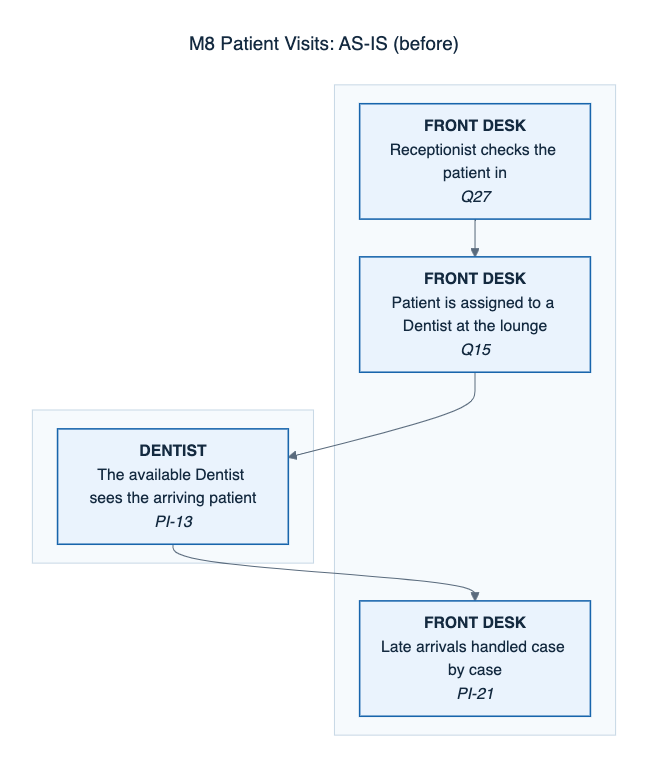
0phem/multibranch-dental-clinic keeps this Mermaid diagram as docs/defense/diagrams/png/M8-patient-visits-as-is.png. Above is the earlier version. Its source is kept beside it as docs/defense/diagrams/M8-patient-visits-as-is.mmd.
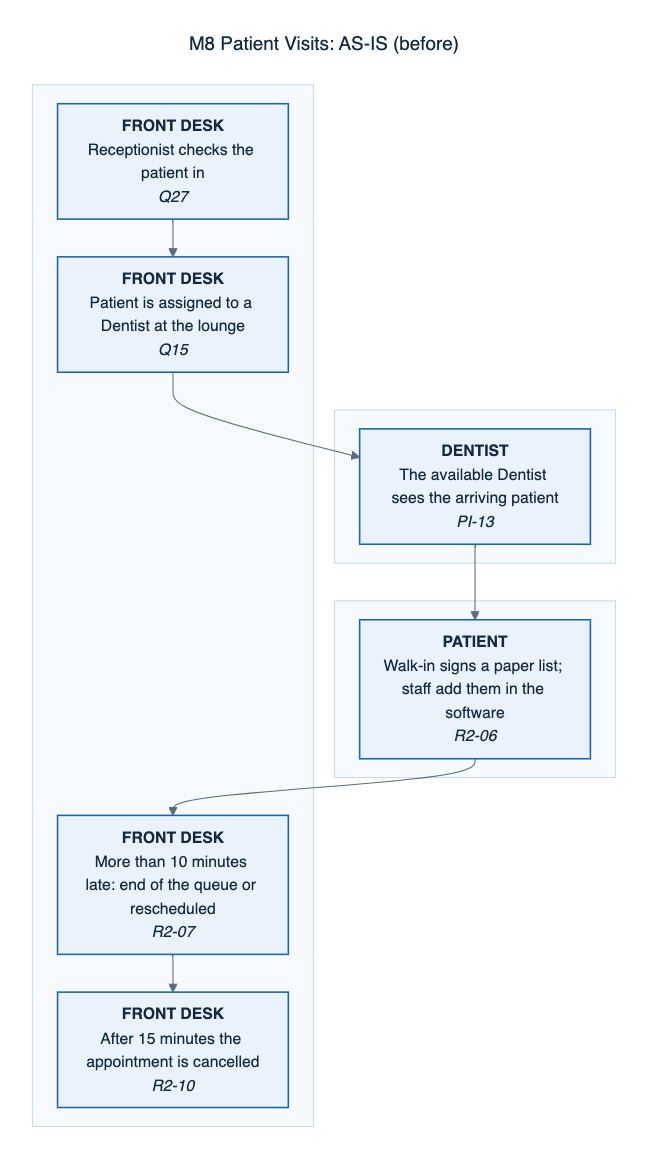
After the change.

Diff of the diagram source:
```diff
@@ -2,11 +2,16 @@
 title: "M8 Patient Visits: AS-IS (before)"
 ---
 flowchart TB
+    subgraph L0[" "]
+    direction LR
+      S3["<b>PATIENT</b><br/>Walk-in signs a paper list; staff add them in the software<br/><i>R2-06</i>"]:::cited
+    end
     subgraph L1[" "]
     direction LR
       S0["<b>FRONT DESK</b><br/>Receptionist checks the patient in<br/><i>Q27</i>"]:::cited
       S1["<b>FRONT DESK</b><br/>Patient is assigned to a Dentist at the lounge<br/><i>Q15</i>"]:::cited
-      S3["<b>FRONT DESK</b><br/>Late arrivals handled case by case<br/><i>PI-21</i>"]:::cited
+      S4["<b>FRONT DESK</b><br/>More than 10 minutes late: end of the queue or rescheduled<br/><i>R2-07</i>"]:::cited
+      S5["<b>FRONT DESK</b><br/>After 15 minutes the appointment is cancelled<br/><i>R2-10</i>"]:::cited
     end
     subgraph L2[" "]
     direction LR
@@ -15,6 +20,8 @@
     S0 --> S1
     S1 --> S2
     S2 --> S3
+    S3 --> S4
+    S4 --> S5
     classDef cited fill:#eaf3fd,stroke:#1865ac,color:#142a40,stroke-width:1.5px
     classDef confirm fill:#fffaf0,stroke:#b26a00,color:#5e3c00,stroke-width:1.5px,stroke-dasharray:6 4
     classDef auto fill:#e6f5ee,stroke:#0c7f75,color:#0f3d33,stroke-width:1.5px
```
